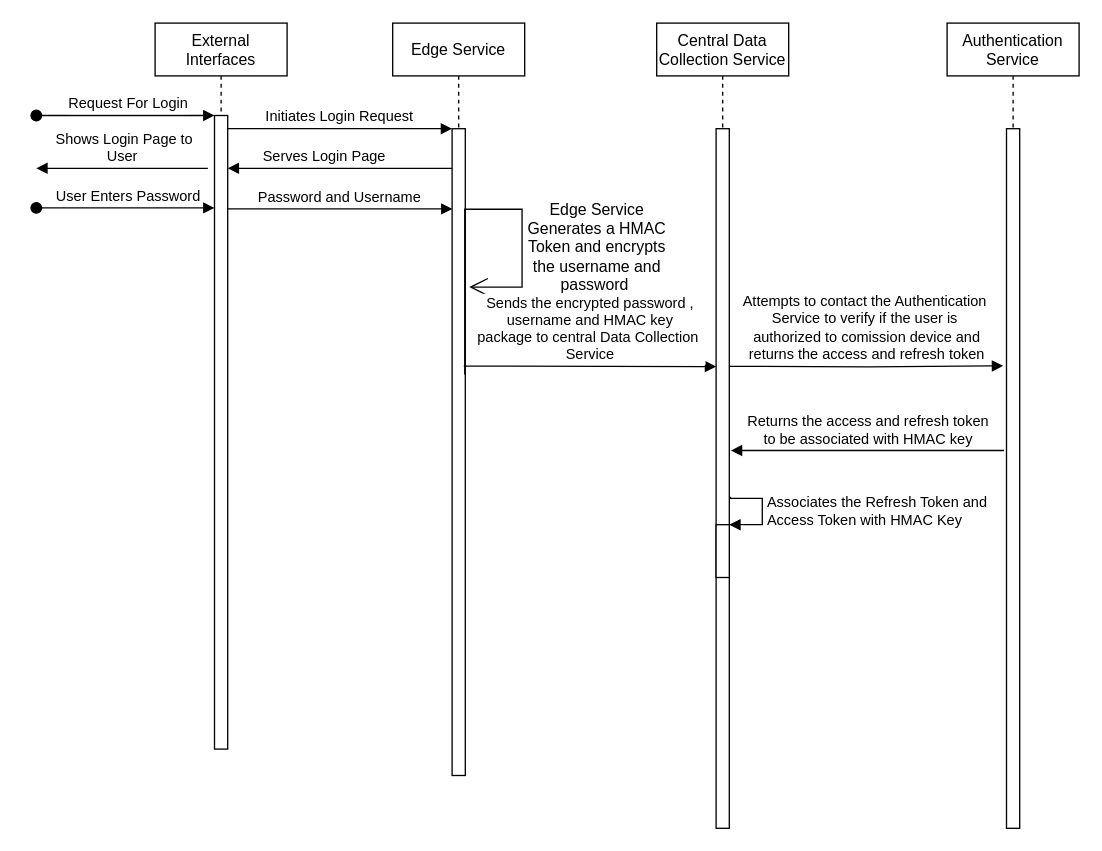
Above: Untitled Diagram.drawio in rahulkaplesh/edgeService (draw.io), before the change. Source tidied: cells renumbered, new cells numbered last; positions are measured from the earlier drawing's top-left corner, leaving out a move shared by most shapes. Both pictures are drawn from the tidied source at 132%, with x=0, y=0 at pixel (36, 22).
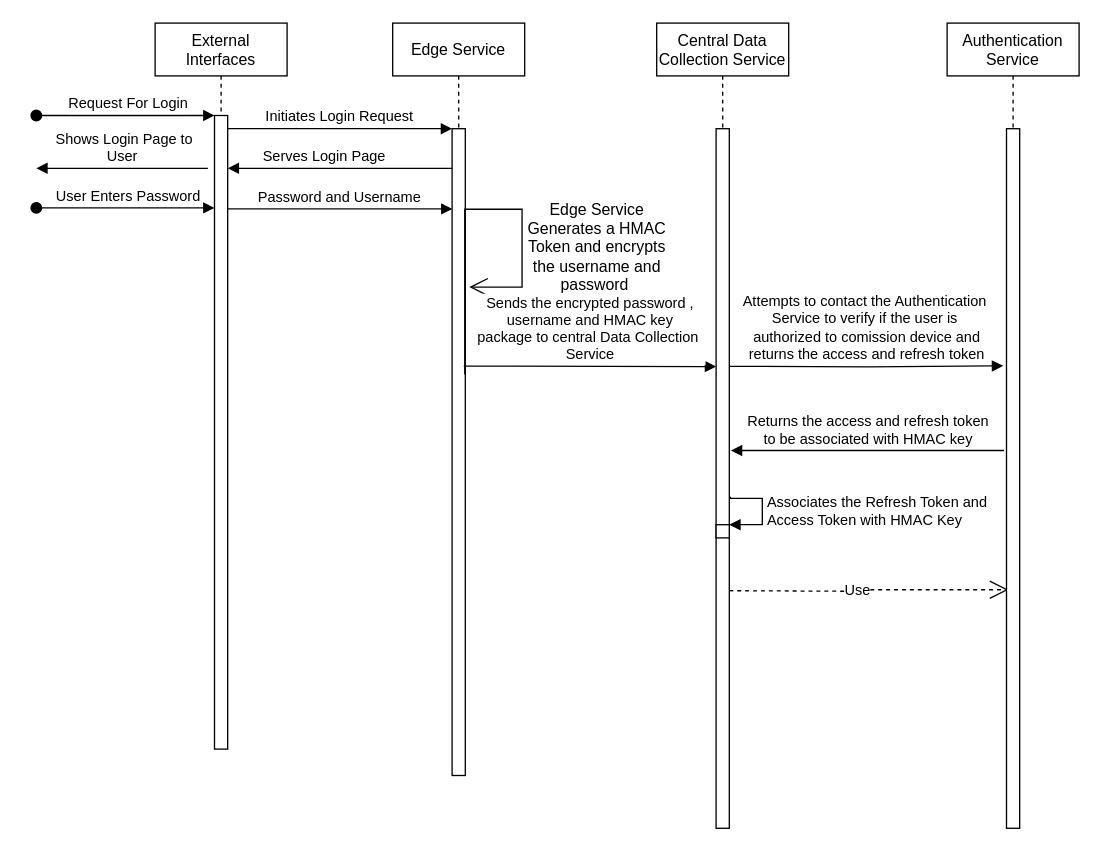
The same diagram, later.

The change refers to these unchanged cells:
```xml
<mxCell id="10" value="Central Data &#10;Collection Service" style="shape=umlLifeline;perimeter=lifelinePerimeter;rounded=0;shadow=0;strokeWidth=1;" parent="1" vertex="1">
  <mxGeometry x="470" width="100" height="610" as="geometry" />
</mxCell>
<mxCell id="21" style="points=[];perimeter=orthogonalPerimeter;rounded=0;shadow=0;strokeWidth=1;" parent="20" vertex="1">
  <mxGeometry x="45" y="80" width="10" height="530" as="geometry" />
</mxCell>
```

What changed in the source:
```diff
@@
     <mxCell id="13" style="html=1;points=[];perimeter=orthogonalPerimeter;" parent="10" vertex="1">
-      <mxGeometry x="45" y="380" width="10" height="40" as="geometry" />
+      <mxGeometry x="45" y="380" width="10" height="10" as="geometry" />
     </mxCell>
@@
+    <mxCell id="23" value="Use" style="endArrow=open;endSize=12;dashed=1;html=1;rounded=0;edgeStyle=orthogonalEdgeStyle;entryX=0.143;entryY=0.659;entryDx=0;entryDy=0;entryPerimeter=0;" parent="10" edge="1" target="21">
+      <mxGeometry y="9" relative="1" as="geometry">
+        <mxPoint x="55" y="430" as="sourcePoint" />
+      </mxGeometry>
+    </mxCell>
```
